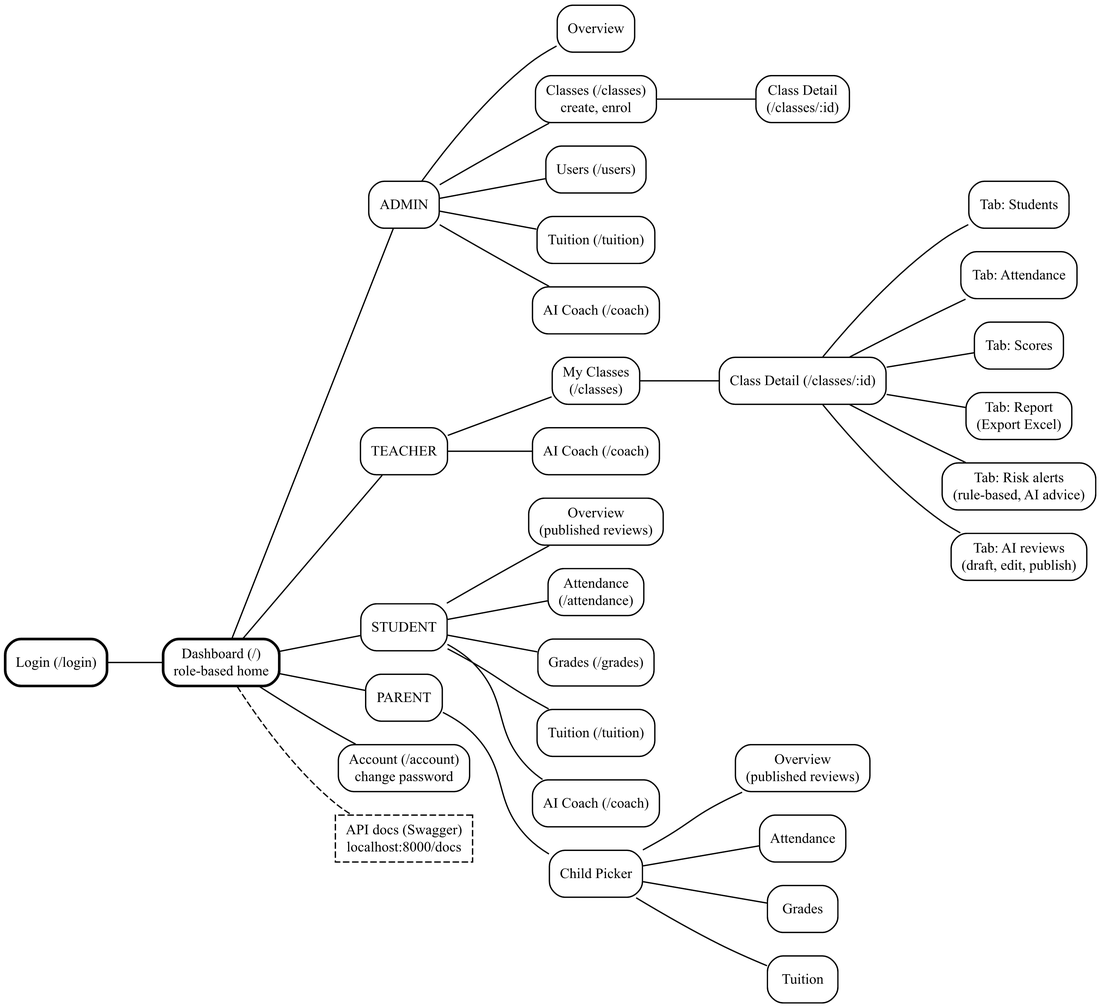
thaiphatcaifa/HKII-FastAPI keeps this Graphviz diagram as Documentations/diagrams/sitemap.png. Above is the earlier version. Its source is kept beside it as Documentations/diagrams/sitemap.dot. The source it was exported from:
```dot
digraph G { rankdir=LR; graph[dpi=200,fontname="Times-Roman",nodesep=0.25,ranksep=0.6]; node[shape=box,fontname="Times-Roman",fontsize=11,style="rounded"]; edge[arrowhead=none];
login[label="Login (/login)",style="rounded,bold"]; home[label="Dashboard (/)\nrole-based home",style="rounded,bold"]; login->home;
A[label="ADMIN"]; T[label="TEACHER"]; S[label="STUDENT"]; P[label="PARENT"];
home->A; home->T; home->S; home->P;
a1[label="Overview"]; a2[label="Classes (/classes)\ncreate, enrol"]; a3[label="Class Detail\n(/classes/:id)"]; a4[label="Users (/users)"]; a5[label="Tuition (/tuition)"]; a6[label="AI Coach (/coach)"]; acc[label="Account (/account)\nchange password"];
A->a1; A->a2; a2->a3; A->a4; A->a5; A->a6;
t1[label="My Classes\n(/classes)"]; t2[label="Class Detail (/classes/:id)"]; t3[label="Tab: Students"]; t4[label="Tab: Attendance"]; t5[label="Tab: Scores"]; t6[label="Tab: Report\n(Export Excel)"]; t7[label="AI Coach (/coach)"]; t8[label="Tab: Risk alerts\n(rule-based, AI advice)"]; t9[label="Tab: AI reviews\n(draft, edit, publish)"];
T->t1; t1->t2; t2->t3; t2->t4; t2->t5; t2->t6; t2->t8; t2->t9; T->t7;
s1[label="Overview\n(published reviews)"]; s2[label="Attendance\n(/attendance)"]; s3[label="Grades (/grades)"]; s4[label="Tuition (/tuition)"]; s5[label="AI Coach (/coach)"];
S->s1; S->s2; S->s3; S->s4; S->s5;
p0[label="Child Picker"]; p1[label="Overview\n(published reviews)"]; p2[label="Attendance"]; p3[label="Grades"]; p4[label="Tuition"];
P->p0; p0->p1; p0->p2; p0->p3; p0->p4;
api[label="API docs (Swagger)\nlocalhost:8000/docs",style="dashed"]; home->api[style=dashed]; home->acc;
}
```
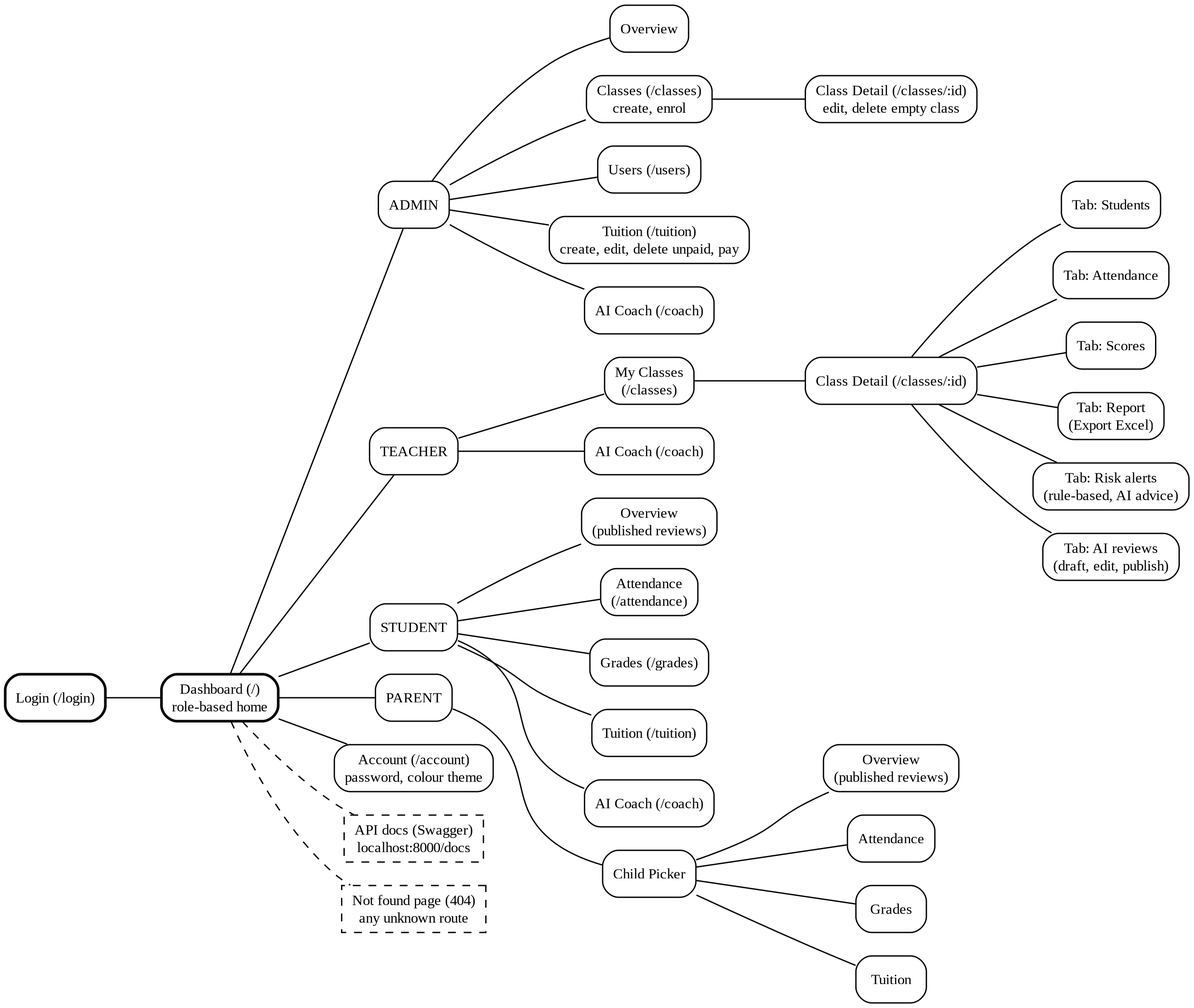
Later version of the same file.

What changed in the source:
```diff
@@ -2,7 +2,7 @@
 login[label="Login (/login)",style="rounded,bold"]; home[label="Dashboard (/)\nrole-based home",style="rounded,bold"]; login->home;
 A[label="ADMIN"]; T[label="TEACHER"]; S[label="STUDENT"]; P[label="PARENT"];
 home->A; home->T; home->S; home->P;
-a1[label="Overview"]; a2[label="Classes (/classes)\ncreate, enrol"]; a3[label="Class Detail\n(/classes/:id)"]; a4[label="Users (/users)"]; a5[label="Tuition (/tuition)"]; a6[label="AI Coach (/coach)"]; acc[label="Account (/account)\nchange password"];
+a1[label="Overview"]; a2[label="Classes (/classes)\ncreate, enrol"]; a3[label="Class Detail (/classes/:id)\nedit, delete empty class"]; a4[label="Users (/users)"]; a5[label="Tuition (/tuition)\ncreate, edit, delete unpaid, pay"]; a6[label="AI Coach (/coach)"]; acc[label="Account (/account)\npassword, colour theme"];
 A->a1; A->a2; a2->a3; A->a4; A->a5; A->a6;
 t1[label="My Classes\n(/classes)"]; t2[label="Class Detail (/classes/:id)"]; t3[label="Tab: Students"]; t4[label="Tab: Attendance"]; t5[label="Tab: Scores"]; t6[label="Tab: Report\n(Export Excel)"]; t7[label="AI Coach (/coach)"]; t8[label="Tab: Risk alerts\n(rule-based, AI advice)"]; t9[label="Tab: AI reviews\n(draft, edit, publish)"];
 T->t1; t1->t2; t2->t3; t2->t4; t2->t5; t2->t6; t2->t8; t2->t9; T->t7;
@@ -10,5 +10,5 @@
 S->s1; S->s2; S->s3; S->s4; S->s5;
 p0[label="Child Picker"]; p1[label="Overview\n(published reviews)"]; p2[label="Attendance"]; p3[label="Grades"]; p4[label="Tuition"];
 P->p0; p0->p1; p0->p2; p0->p3; p0->p4;
-api[label="API docs (Swagger)\nlocalhost:8000/docs",style="dashed"]; home->api[style=dashed]; home->acc;
+api[label="API docs (Swagger)\nlocalhost:8000/docs",style="dashed"]; home->api[style=dashed]; home->acc; nf[label="Not found page (404)\nany unknown route",style="dashed"]; home->nf[style=dashed];
 }
```
